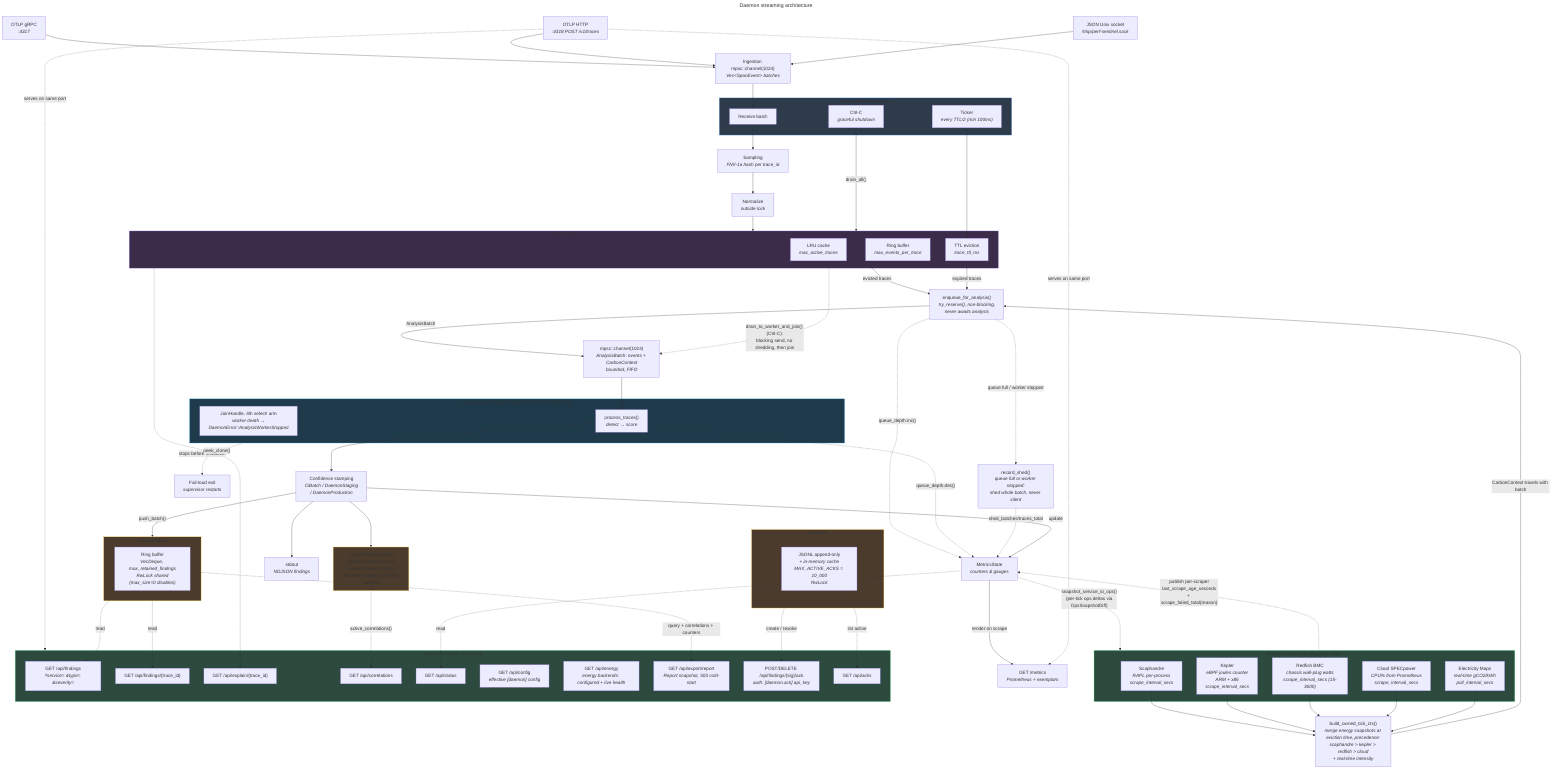
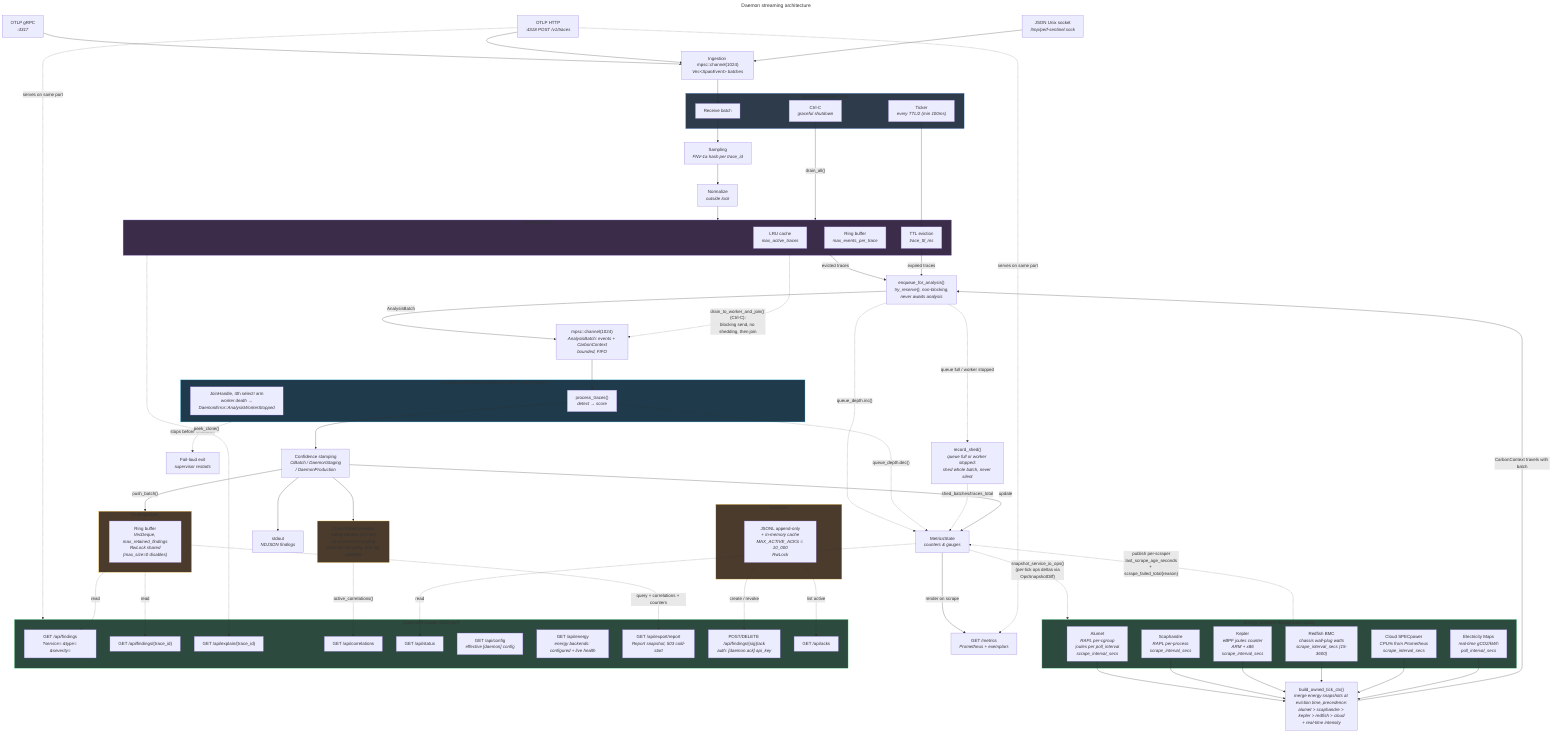
---
title: Daemon streaming architecture
---
flowchart TB
    grpc["OTLP gRPC<br/><i>:4317</i>"]
    http["OTLP HTTP<br/><i>:4318 POST /v1/traces</i>"]
    sock["JSON Unix socket<br/><i>/tmp/perf-sentinel.sock</i>"]

    channel["Ingestion mpsc::channel(1024)<br/><i>Vec&lt;SpanEvent&gt; batches</i>"]

    subgraph eventloop["tokio::select! event loop"]
        recv["Receive batch"]
        tick["Ticker<br/><i>every TTL/2 (min 100ms)</i>"]
        ctrlc["Ctrl-C<br/><i>graceful shutdown</i>"]
    end

    sampling["Sampling<br/><i>FNV-1a hash per trace_id</i>"]
    norm["Normalize<br/><i>outside lock</i>"]

    subgraph window["TraceWindow"]
        lru["LRU cache<br/><i>max_active_traces</i>"]
        ring["Ring buffer<br/><i>max_events_per_trace</i>"]
        ttl["TTL eviction<br/><i>trace_ttl_ms</i>"]
    end

    subgraph scrapers["Energy scrapers (background tasks)"]
+         alumet["Alumet<br/><i>RAPL per-cgroup<br/>joules per poll_interval<br/>scrape_interval_secs</i>"]
        scaph["Scaphandre<br/><i>RAPL per-process<br/>scrape_interval_secs</i>"]
        kepler["Kepler<br/><i>eBPF joules counter<br/>ARM + x86<br/>scrape_interval_secs</i>"]
        redfish["Redfish BMC<br/><i>chassis wall-plug watts<br/>scrape_interval_secs (15-3600)</i>"]
        cloud["Cloud SPECpower<br/><i>CPU% from Prometheus<br/>scrape_interval_secs</i>"]
        emaps["Electricity Maps<br/><i>real-time gCO2/kWh<br/>poll_interval_secs</i>"]
    end

-     tick_ctx["build_owned_tick_ctx()<br/><i>merge energy snapshots at eviction time, precedence:<br/>scaphandre &gt; kepler &gt; redfish &gt; cloud<br/>+ real-time intensity</i>"]
+     tick_ctx["build_owned_tick_ctx()<br/><i>merge energy snapshots at eviction time, precedence:<br/>alumet &gt; scaphandre &gt; kepler &gt; redfish &gt; cloud<br/>+ real-time intensity</i>"]

    enqueue["enqueue_for_analysis()<br/><i>try_reserve(), non-blocking,<br/>never awaits analysis</i>"]

    work_channel["mpsc::channel(1024)<br/><i>AnalysisBatch: events + CarbonContext<br/>bounded, FIFO</i>"]

    shed["record_shed()<br/><i>queue full or worker stopped:<br/>shed whole batch, never silent</i>"]

    subgraph worker["Analysis worker (single tokio task, off the select! loop)"]
        process["process_traces()<br/><i>detect &rarr; score</i>"]
        worker_watch["JoinHandle, 4th select! arm<br/><i>worker death &rarr;<br/>DaemonError::AnalysisWorkerStopped</i>"]
    end

    exit["Fail-loud exit<br/><i>supervisor restarts</i>"]

    confidence["Confidence stamping<br/><i>CiBatch / DaemonStaging<br/>/ DaemonProduction</i>"]

    correlator["CrossTraceCorrelator<br/><i>rolling window (10 min)<br/>co-occurrence scoring<br/>reservoir sampling, 256 lag samples</i>"]

    subgraph findings_ring["FindingsStore"]
        ring_buf["Ring buffer<br/><i>VecDeque, max_retained_findings<br/>RwLock shared<br/>(max_size=0 disables)</i>"]
    end

    stdout["stdout<br/><i>NDJSON findings</i>"]
    metrics_state["MetricsState<br/><i>counters &amp; gauges</i>"]
    metrics_endpoint["GET /metrics<br/><i>Prometheus + exemplars</i>"]

    subgraph query_api["Query API (same :4318 port)"]
        api_findings["GET /api/findings<br/><i>?service= &amp;type= &amp;severity=</i>"]
        api_findings_trace["GET /api/findings/{trace_id}"]
        api_explain["GET /api/explain/{trace_id}"]
        api_correlations["GET /api/correlations"]
        api_status["GET /api/status"]
        api_config["GET /api/config<br/><i>effective [daemon] config</i>"]
        api_energy["GET /api/energy<br/><i>energy backends: configured + live health</i>"]
        api_export_report["GET /api/export/report<br/><i>Report snapshot, 503 cold-start</i>"]
        api_ack["POST/DELETE /api/findings/{sig}/ack<br/><i>auth: [daemon.ack] api_key</i>"]
        api_acks_list["GET /api/acks"]
    end

    subgraph ack_store["AckStore"]
        ack_jsonl["JSONL append-only<br/><i>+ in-memory cache<br/>MAX_ACTIVE_ACKS = 10_000<br/>RwLock</i>"]
    end

    grpc --> channel
    http --> channel
    sock --> channel

    channel --> recv
    recv --> sampling --> norm --> window
    tick --> ttl
    ctrlc -- "drain_all()" --> window
    window -. "drain_to_worker_and_join() (Ctrl-C):<br/>blocking send, no shedding, then join" .-> work_channel

+     alumet --> tick_ctx
    scaph --> tick_ctx
    kepler --> tick_ctx
    redfish --> tick_ctx
    cloud --> tick_ctx
    emaps --> tick_ctx

    lru -- "evicted traces" --> enqueue
    ttl -- "expired traces" --> enqueue
    tick_ctx -- "CarbonContext travels with batch" --> enqueue
    enqueue -- "AnalysisBatch" --> work_channel
    enqueue -. "queue full / worker stopped" .-> shed
    work_channel --> process
    worker_watch -. "stops before shutdown" .-> exit

    enqueue -. "queue_depth.inc()" .-> metrics_state
    process -. "queue_depth.dec()" .-> metrics_state
    shed -. "shed_batches/traces_total" .-> metrics_state

    process --> confidence
    confidence --> correlator
    confidence --> stdout
    confidence -- "push_batch()" --> findings_ring
    confidence -- "update" --> metrics_state
    metrics_state -- "render on scrape" --> metrics_endpoint

    metrics_state -. "snapshot_service_io_ops()<br/>(per-tick ops deltas via<br/>OpsSnapshotDiff)" .-> scrapers
    scrapers -. "publish per-scraper<br/>last_scrape_age_seconds<br/>+ scrape_failed_total{reason}" .-> metrics_state

    http -. "serves on same port" .-> metrics_endpoint
    http -. "serves on same port" .-> query_api

    findings_ring -. "read" .-> api_findings
    findings_ring -. "read" .-> api_findings_trace
    window -. "peek_clone()" .-> api_explain
    correlator -. "active_correlations()" .-> api_correlations
    metrics_state -. "read" .-> api_status
    findings_ring -. "query + correlations + counters" .-> api_export_report
    ack_jsonl -. "create / revoke" .-> api_ack
    ack_jsonl -. "list active" .-> api_acks_list

    style eventloop fill:#2d3b4a,stroke:#60a5fa
    style worker fill:#1f3a4a,stroke:#38bdf8
    style window fill:#3b2d4a,stroke:#a78bfa
    style scrapers fill:#2d4a3e,stroke:#4ade80
    style findings_ring fill:#4a3b2d,stroke:#fbbf24
    style query_api fill:#2d4a3e,stroke:#4ade80
    style correlator fill:#4a3b2d,stroke:#fbbf24
    style ack_store fill:#4a3b2d,stroke:#fbbf24
